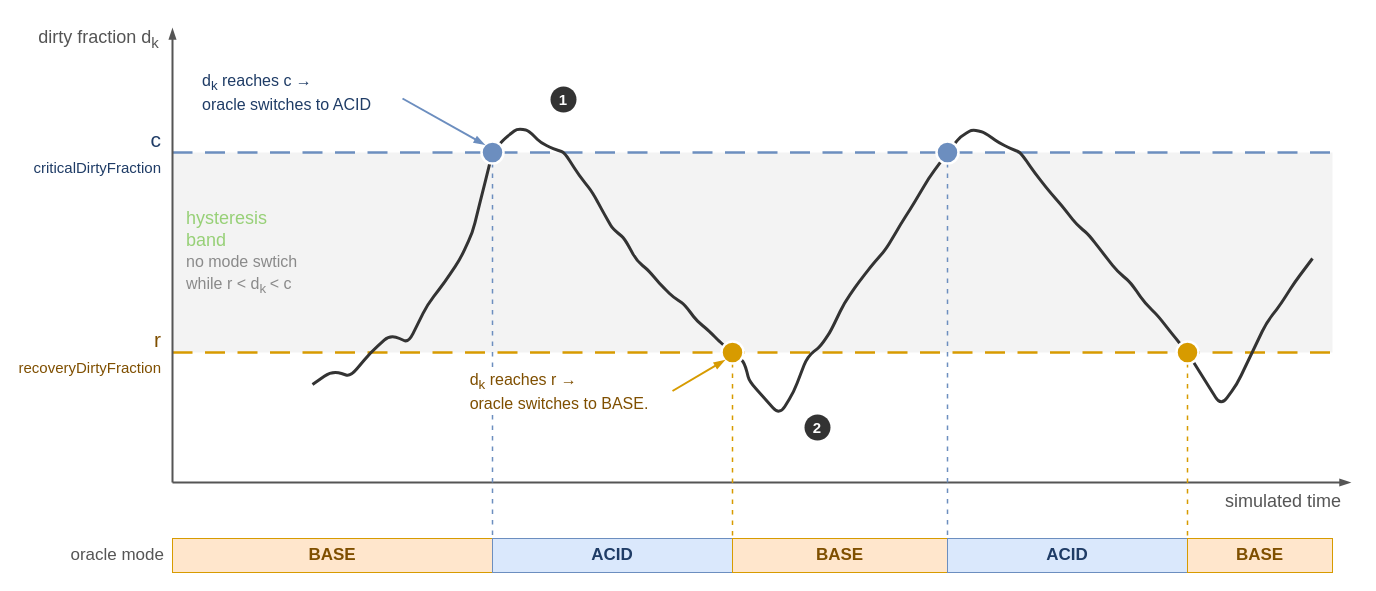
mililika/bachelor-thesis-tum-acid-base-adaptivity keeps this draw.io diagram as figures/fig-hysteresis-band.drawio. Above is the earlier version. Source tidied: cells renumbered, new cells numbered last; positions are measured from the earlier drawing's top-left corner, leaving out a move shared by most shapes. Both pictures are drawn from the tidied source at 100%, with x=0, y=0 at pixel (21, -23).
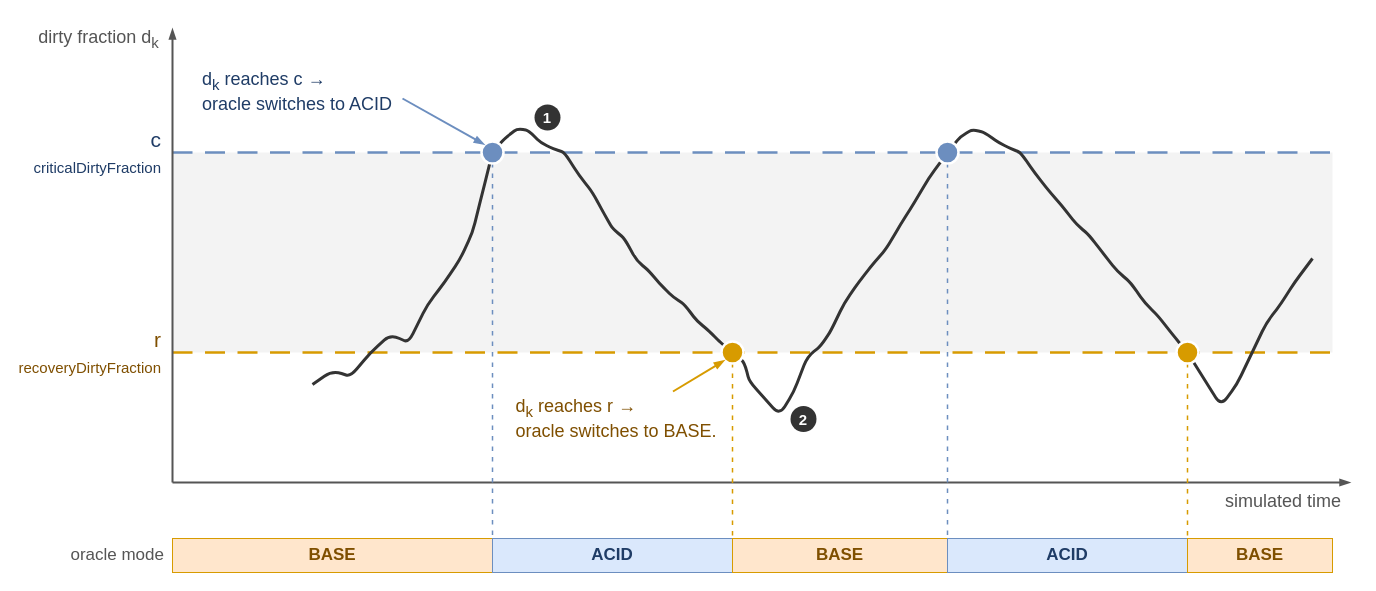
The same page after the edit.

Unchanged cells that the change refers to:
```xml
<mxCell id="19" style="ellipse;html=1;fillColor=#d79b00;strokeColor=#ffffff;strokeWidth=2.5;" parent="1" vertex="1">
  <mxGeometry x="700" y="364" width="22" height="22" as="geometry" />
</mxCell>
```

What changed in the source:
```diff
@@
-    <mxCell id="3" value="&lt;font style=&quot;&quot;&gt;&lt;span style=&quot;color: rgb(151, 208, 119);&quot;&gt;&lt;font&gt;hysteresis&lt;br&gt;band&lt;/font&gt;&lt;/span&gt;&lt;br&gt;&lt;font style=&quot;font-size: 16px;&quot;&gt;no mode swtich&lt;br&gt;while r &amp;lt; d&lt;sub style=&quot;&quot;&gt;k &lt;/sub&gt;&amp;lt; c&lt;/font&gt;&lt;/font&gt;" style="text;html=1;align=left;verticalAlign=middle;fontSize=18;fontFamily=Helvetica;fontColor=#8a8a8a;fontStyle=0;" parent="1" vertex="1">
-      <mxGeometry x="163" y="215" width="130" height="120" as="geometry" />
-    </mxCell>
@@
     <mxCell id="7" value="&lt;span&gt;r&lt;/span&gt;&lt;br&gt;&lt;font style=&quot;font-size:15px;&quot;&gt;recoveryDirtyFraction&lt;/font&gt;" style="text;html=1;align=right;verticalAlign=middle;fontSize=21;fontFamily=Helvetica;fontColor=#7f4f00;fontStyle=0;" parent="1" vertex="1">
-      <mxGeometry x="37" y="353" width="104" height="44" as="geometry" />
+      <mxGeometry x="-4" y="353" width="145" height="44" as="geometry" />
     </mxCell>
@@
-    <mxCell id="21" value="&lt;span&gt;d&lt;sub&gt;k&lt;/sub&gt; reaches c →&amp;nbsp;&lt;/span&gt;&lt;div&gt;&lt;span&gt;oracle switches to ACID&lt;/span&gt;&lt;/div&gt;" style="text;html=1;align=left;verticalAlign=middle;fontSize=16;fontFamily=Helvetica;fontColor=#1f3c66;fontStyle=0;" parent="1" vertex="1">
+    <mxCell id="21" value="&lt;span&gt;d&lt;sub&gt;k&lt;/sub&gt; reaches c →&amp;nbsp;&lt;/span&gt;&lt;div&gt;&lt;span&gt;oracle switches to ACID&lt;/span&gt;&lt;/div&gt;" style="text;html=1;align=left;verticalAlign=middle;fontSize=18;fontFamily=Helvetica;fontColor=#1f3c66;fontStyle=0;" parent="1" vertex="1">
       <mxGeometry x="179" y="87" width="330" height="55" as="geometry" />
     </mxCell>
@@
-    <mxCell id="23" style="endArrow=blockThin;html=1;strokeColor=#d79b00;strokeWidth=2;exitX=1;exitY=0.5;exitDx=0;exitDy=0;entryX=0;entryY=1;entryDx=0;entryDy=0;" parent="1" edge="1" source="30" target="19">
+    <mxCell id="23" style="endArrow=blockThin;html=1;strokeColor=#d79b00;strokeWidth=2;exitX=0.75;exitY=0;exitDx=0;exitDy=0;entryX=0;entryY=1;entryDx=0;entryDy=0;" parent="1" edge="1" source="30" target="19">
       <mxGeometry relative="1" as="geometry" />
     </mxCell>
@@
-    <mxCell id="30" value="&lt;div style=&quot;text-align: left;&quot;&gt;&lt;font&gt;&lt;span style=&quot;color: rgb(127, 79, 0);&quot;&gt;&lt;font&gt;&lt;span style=&quot;white-space: nowrap;&quot;&gt;d&lt;/span&gt;&lt;sub style=&quot;white-space: nowrap;&quot;&gt;k&lt;/sub&gt;&lt;/font&gt;&lt;/span&gt;&lt;span style=&quot;text-wrap-mode: nowrap;&quot;&gt;&lt;span style=&quot;color: rgb(127, 79, 0);&quot;&gt;&lt;font&gt;&amp;nbsp;&lt;/font&gt;&lt;/span&gt;&lt;span style=&quot;color: rgb(127, 79, 0);&quot;&gt;reaches r →&amp;nbsp;&lt;/span&gt;&lt;/span&gt;&lt;/font&gt;&lt;/div&gt;&lt;div style=&quot;text-align: left;&quot;&gt;&lt;font&gt;&lt;span style=&quot;text-wrap-mode: nowrap;&quot;&gt;&lt;span style=&quot;color: rgb(127, 79, 0);&quot;&gt;oracle switches to BASE.&lt;/span&gt;&lt;/span&gt;&lt;/font&gt;&lt;/div&gt;" style="text;html=1;whiteSpace=wrap;strokeColor=none;fillColor=none;align=center;verticalAlign=middle;rounded=0;labelBackgroundColor=default;fontSize=16;" parent="1" vertex="1">
-      <mxGeometry x="425" y="386" width="226" height="55" as="geometry" />
+    <mxCell id="30" value="&lt;div style=&quot;text-align: left;&quot;&gt;&lt;font&gt;&lt;span style=&quot;color: rgb(127, 79, 0);&quot;&gt;&lt;font&gt;&lt;span style=&quot;white-space: nowrap;&quot;&gt;d&lt;/span&gt;&lt;sub style=&quot;white-space: nowrap;&quot;&gt;k&lt;/sub&gt;&lt;/font&gt;&lt;/span&gt;&lt;span style=&quot;text-wrap-mode: nowrap;&quot;&gt;&lt;span style=&quot;color: rgb(127, 79, 0);&quot;&gt;&lt;font&gt;&amp;nbsp;&lt;/font&gt;&lt;/span&gt;&lt;span style=&quot;color: rgb(127, 79, 0);&quot;&gt;reaches r →&amp;nbsp;&lt;/span&gt;&lt;/span&gt;&lt;/font&gt;&lt;/div&gt;&lt;div style=&quot;text-align: left;&quot;&gt;&lt;font&gt;&lt;span style=&quot;text-wrap-mode: nowrap;&quot;&gt;&lt;span style=&quot;color: rgb(127, 79, 0);&quot;&gt;oracle switches to BASE.&lt;/span&gt;&lt;/span&gt;&lt;/font&gt;&lt;/div&gt;" style="text;html=1;whiteSpace=wrap;strokeColor=none;fillColor=none;align=center;verticalAlign=middle;rounded=0;labelBackgroundColor=default;fontSize=18;" parent="1" vertex="1">
+      <mxGeometry x="482" y="414" width="226" height="55" as="geometry" />
     </mxCell>
     <mxCell id="31" value="1" style="ellipse;whiteSpace=wrap;html=1;fillColor=#333333;strokeColor=none;fontColor=#ffffff;fontSize=15;fontFamily=Helvetica;fontStyle=1;verticalAlign=middle;align=center;" parent="1" vertex="1">
-      <mxGeometry x="529" y="109" width="26" height="26" as="geometry" />
+      <mxGeometry x="513" y="127" width="26" height="26" as="geometry" />
     </mxCell>
     <mxCell id="32" value="2" style="ellipse;whiteSpace=wrap;html=1;fillColor=#333333;strokeColor=none;fontColor=#ffffff;fontSize=15;fontFamily=Helvetica;fontStyle=1;verticalAlign=middle;align=center;" parent="1" vertex="1">
-      <mxGeometry x="783" y="437" width="26" height="26" as="geometry" />
+      <mxGeometry x="769" y="428.5" width="26" height="26" as="geometry" />
     </mxCell>
```
